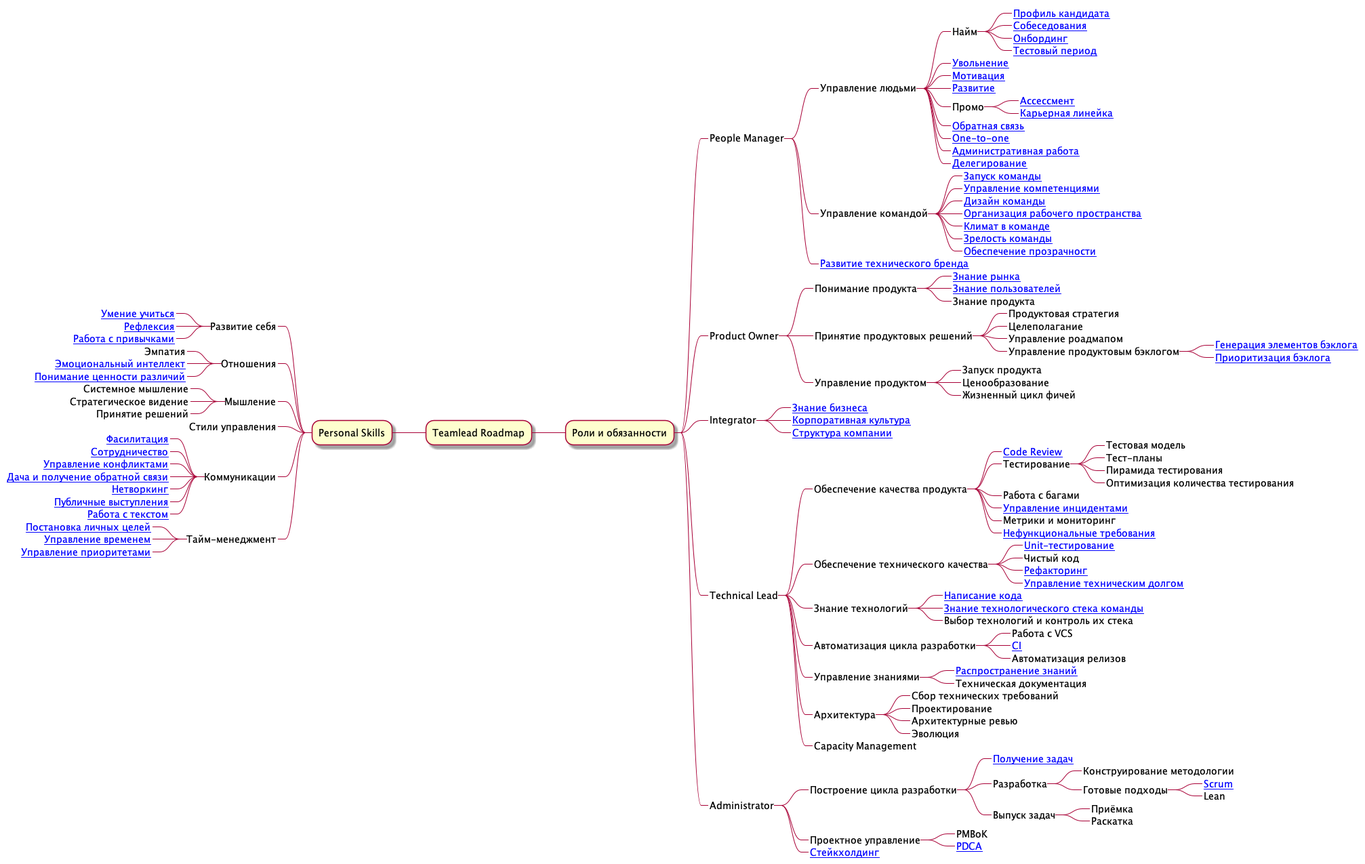
tlbootcamp/tlroadmap keeps this PlantUML diagram as roadmap.png. Above is the earlier version.
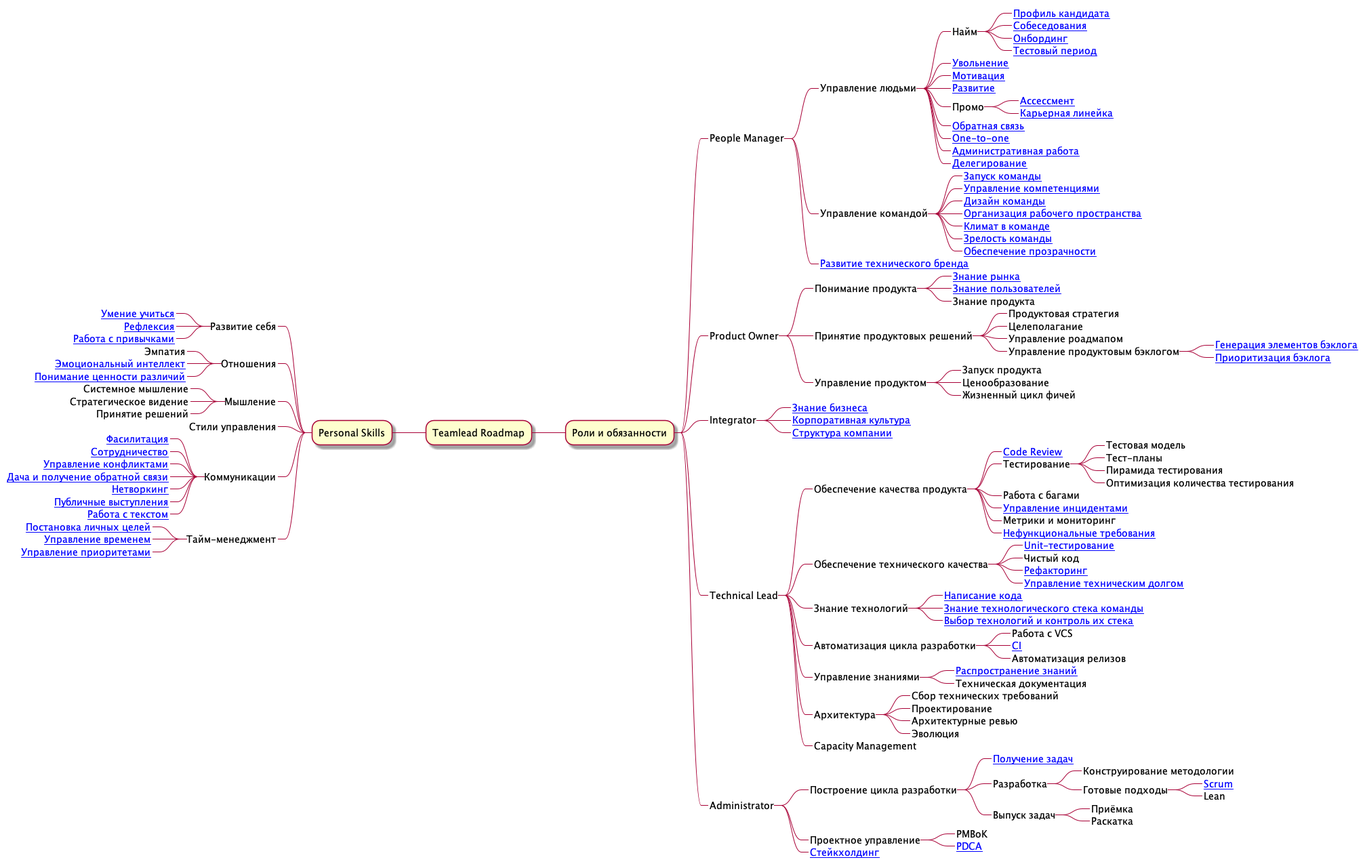
Above is the later version.

The edit, as a diff of the source:
```diff
@@ -67,7 +67,7 @@
 ****_ Знание технологий
 *****_ [[https://github.com/tlbootcamp/tlroadmap/blob/master/skills/technical-lead/code.md Написание кода]]
 *****_ [[https://github.com/tlbootcamp/tlroadmap/blob/master/skills/technical-lead/stack-knowledge.md Знание технологического стека команды]]
-*****_ Выбор технологий и контроль их стека
+*****_ [[https://github.com/tlbootcamp/tlroadmap/blob/master/skills/technical-lead/stack-choice.md Выбор технологий и контроль их стека]]
 ****_ Автоматизация цикла разработки
 *****_ Работа с VCS
 *****_ [[https://github.com/tlbootcamp/tlroadmap/blob/master/skills/technical-lead/ci.md CI]]
```
